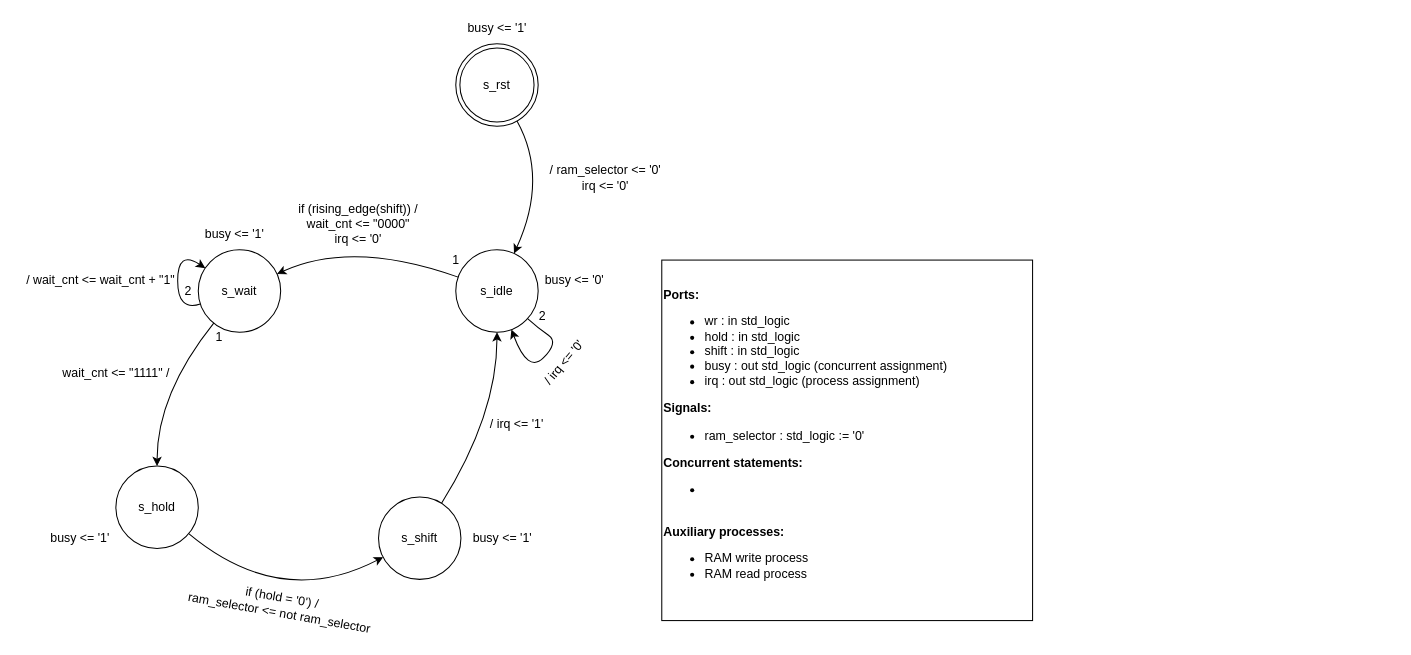
The draw.io diagram .figures/PingPongBuffer_FSM.drawio in frnyb/PL-Mag-Sensor, before the edit. Source tidied: cells renumbered, new cells numbered last; positions are measured from the earlier drawing's top-left corner, leaving out a move shared by most shapes. Both pictures are drawn from the tidied source at 103%, with x=0, y=0 at pixel (18, 18).
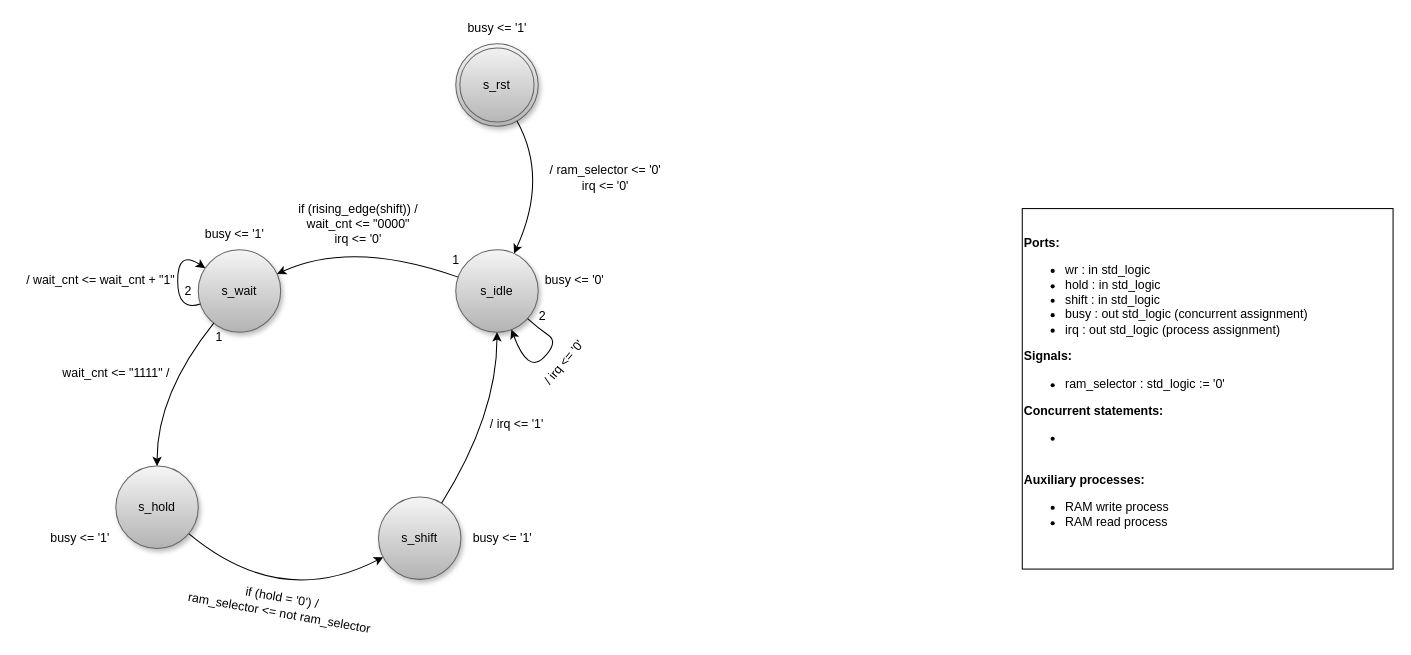
The same diagram, later.

What changed in the source:
```diff
@@
-    <mxCell id="2" value="s_rst" style="ellipse;shape=doubleEllipse;whiteSpace=wrap;html=1;" parent="1" vertex="1">
+    <mxCell id="2" value="s_rst" style="ellipse;shape=doubleEllipse;whiteSpace=wrap;html=1;fillColor=#f5f5f5;gradientColor=#b3b3b3;strokeColor=#666666;shadow=1;" parent="1" vertex="1">
       <mxGeometry x="425" y="25" width="80" height="80" as="geometry" />
     </mxCell>
-    <mxCell id="3" value="s_idle" style="ellipse;whiteSpace=wrap;html=1;" parent="1" vertex="1">
+    <mxCell id="3" value="s_idle" style="ellipse;whiteSpace=wrap;html=1;fillColor=#f5f5f5;gradientColor=#b3b3b3;strokeColor=#666666;shadow=1;" parent="1" vertex="1">
       <mxGeometry x="425" y="225" width="80" height="80" as="geometry" />
     </mxCell>
@@
     <mxCell id="6" value="&lt;div align=&quot;left&quot;&gt;&lt;b&gt;Ports:&lt;/b&gt;&lt;/div&gt;&lt;div align=&quot;left&quot;&gt;&lt;ul&gt;&lt;li&gt;wr : in std_logic&lt;/li&gt;&lt;li&gt;hold : in std_logic&lt;/li&gt;&lt;li&gt;shift : in std_logic&lt;/li&gt;&lt;li&gt;busy : out std_logic (concurrent assignment)&lt;br&gt;&lt;/li&gt;&lt;li&gt;irq : out std_logic (process assignment)&lt;/li&gt;&lt;/ul&gt;&lt;/div&gt;&lt;div&gt;&lt;b&gt;Signals:&lt;/b&gt;&lt;/div&gt;&lt;div&gt;&lt;ul&gt;&lt;li&gt;ram_selector : std_logic := '0'&lt;/li&gt;&lt;/ul&gt;&lt;/div&gt;&lt;div&gt;&lt;b&gt;Concurrent statements:&lt;/b&gt;&lt;/div&gt;&lt;div&gt;&lt;ul&gt;&lt;li&gt;&lt;br&gt;&lt;/li&gt;&lt;/ul&gt;&lt;/div&gt;&lt;div&gt;&lt;br&gt;&lt;/div&gt;&lt;div&gt;&lt;b&gt;Auxiliary processes:&lt;/b&gt;&lt;/div&gt;&lt;div align=&quot;left&quot;&gt;&lt;ul&gt;&lt;li&gt;RAM write process&lt;/li&gt;&lt;li&gt;RAM read process&lt;/li&gt;&lt;/ul&gt;&lt;/div&gt;" style="rounded=0;whiteSpace=wrap;html=1;align=left;" parent="1" vertex="1">
-      <mxGeometry x="625" y="235" width="360" height="350" as="geometry" />
+      <mxGeometry x="975" y="185" width="360" height="350" as="geometry" />
     </mxCell>
-    <mxCell id="7" value="s_wait" style="ellipse;whiteSpace=wrap;html=1;" parent="1" vertex="1">
+    <mxCell id="7" value="s_wait" style="ellipse;whiteSpace=wrap;html=1;fillColor=#f5f5f5;gradientColor=#b3b3b3;strokeColor=#666666;shadow=1;" parent="1" vertex="1">
       <mxGeometry x="175" y="225" width="80" height="80" as="geometry" />
     </mxCell>
@@
-    <mxCell id="10" value="s_shift" style="ellipse;whiteSpace=wrap;html=1;" parent="1" vertex="1">
+    <mxCell id="10" value="s_shift" style="ellipse;whiteSpace=wrap;html=1;fillColor=#f5f5f5;gradientColor=#b3b3b3;strokeColor=#666666;shadow=1;" parent="1" vertex="1">
       <mxGeometry x="350" y="465" width="80" height="80" as="geometry" />
     </mxCell>
@@
-    <mxCell id="23" value="&lt;div&gt;s_hold&lt;/div&gt;" style="ellipse;whiteSpace=wrap;html=1;" parent="1" vertex="1">
+    <mxCell id="23" value="&lt;div&gt;s_hold&lt;/div&gt;" style="ellipse;whiteSpace=wrap;html=1;fillColor=#f5f5f5;gradientColor=#b3b3b3;strokeColor=#666666;shadow=1;" parent="1" vertex="1">
       <mxGeometry x="95" y="435" width="80" height="80" as="geometry" />
     </mxCell>
```
